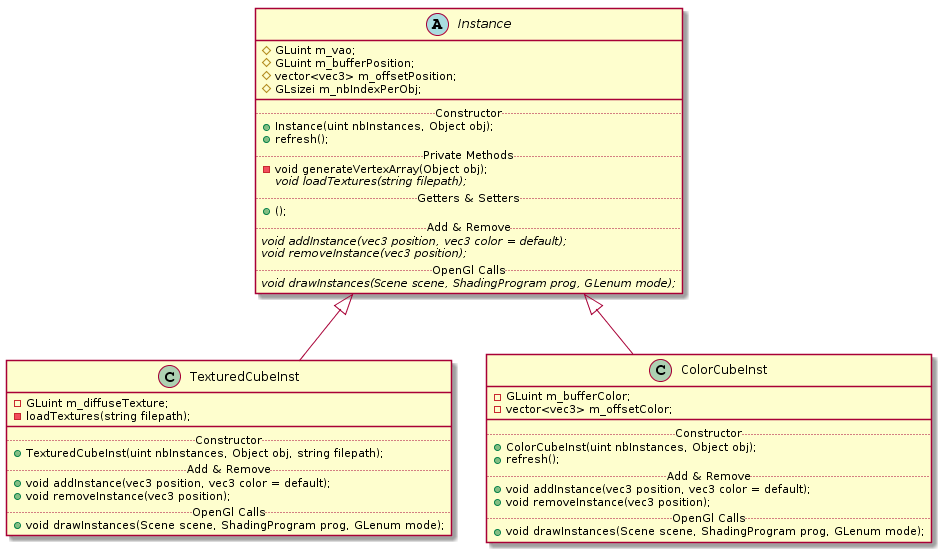
This is doc/report/uml/png/Instance_Hierarchy_UML_v01.png from MathildeDumoulin/Naavimac, a PlantUML export, as it was before one commit. Source of this version:
```plantuml
@startuml
Instance <|-- TexturedCubeInst
Instance <|-- ColorCubeInst


abstract class Instance {
#GLuint m_vao;
#GLuint m_bufferPosition;
#vector<vec3> m_offsetPosition;
#GLsizei m_nbIndexPerObj;
__
.. Constructor ..
+Instance(uint nbInstances, Object obj);
+refresh();
.. Private Methods ..
-void generateVertexArray(Object obj);
{abstract} void loadTextures(string filepath);
.. Getters & Setters ..
+ ();
.. Add & Remove ..
{abstract} void addInstance(vec3 position, vec3 color = default);
{abstract} void removeInstance(vec3 position);
.. OpenGl Calls ..
{abstract} void drawInstances(Scene scene, ShadingProgram prog, GLenum mode);
}

class TexturedCubeInst {
-GLuint m_diffuseTexture;
-loadTextures(string filepath);
__
.. Constructor ..
+TexturedCubeInst(uint nbInstances, Object obj, string filepath);
.. Add & Remove ..
+void addInstance(vec3 position, vec3 color = default);
+void removeInstance(vec3 position);
.. OpenGl Calls ..
+void drawInstances(Scene scene, ShadingProgram prog, GLenum mode);
}

class ColorCubeInst {
-GLuint m_bufferColor;
-vector<vec3> m_offsetColor;
__
.. Constructor ..
+ColorCubeInst(uint nbInstances, Object obj);
+refresh();
.. Add & Remove ..
+void addInstance(vec3 position, vec3 color = default);
+void removeInstance(vec3 position);
.. OpenGl Calls ..
+void drawInstances(Scene scene, ShadingProgram prog, GLenum mode);
}
@enduml
```
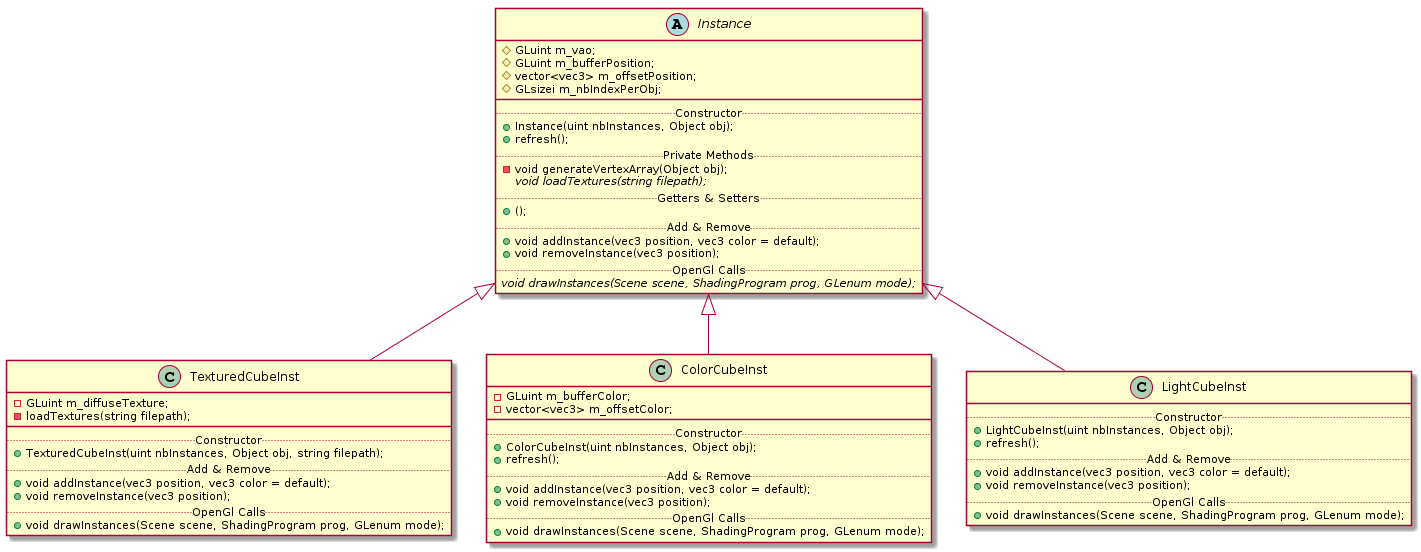
After the commit.

The edit, as a diff of the source:
```diff
@@ -1,6 +1,7 @@
 @startuml
 Instance <|-- TexturedCubeInst
 Instance <|-- ColorCubeInst
+Instance <|-- LightCubeInst
 
 
 abstract class Instance {
@@ -18,8 +19,8 @@
 .. Getters & Setters ..
 + ();
 .. Add & Remove ..
-{abstract} void addInstance(vec3 position, vec3 color = default);
-{abstract} void removeInstance(vec3 position);
++void addInstance(vec3 position, vec3 color = default);
++void removeInstance(vec3 position);
 .. OpenGl Calls ..
 {abstract} void drawInstances(Scene scene, ShadingProgram prog, GLenum mode);
 }
@@ -50,4 +51,15 @@
 .. OpenGl Calls ..
 +void drawInstances(Scene scene, ShadingProgram prog, GLenum mode);
 }
+
+class LightCubeInst {
+.. Constructor ..
++LightCubeInst(uint nbInstances, Object obj);
++refresh();
+.. Add & Remove ..
++void addInstance(vec3 position, vec3 color = default);
++void removeInstance(vec3 position);
+.. OpenGl Calls ..
++void drawInstances(Scene scene, ShadingProgram prog, GLenum mode);
+}
 @enduml
```
